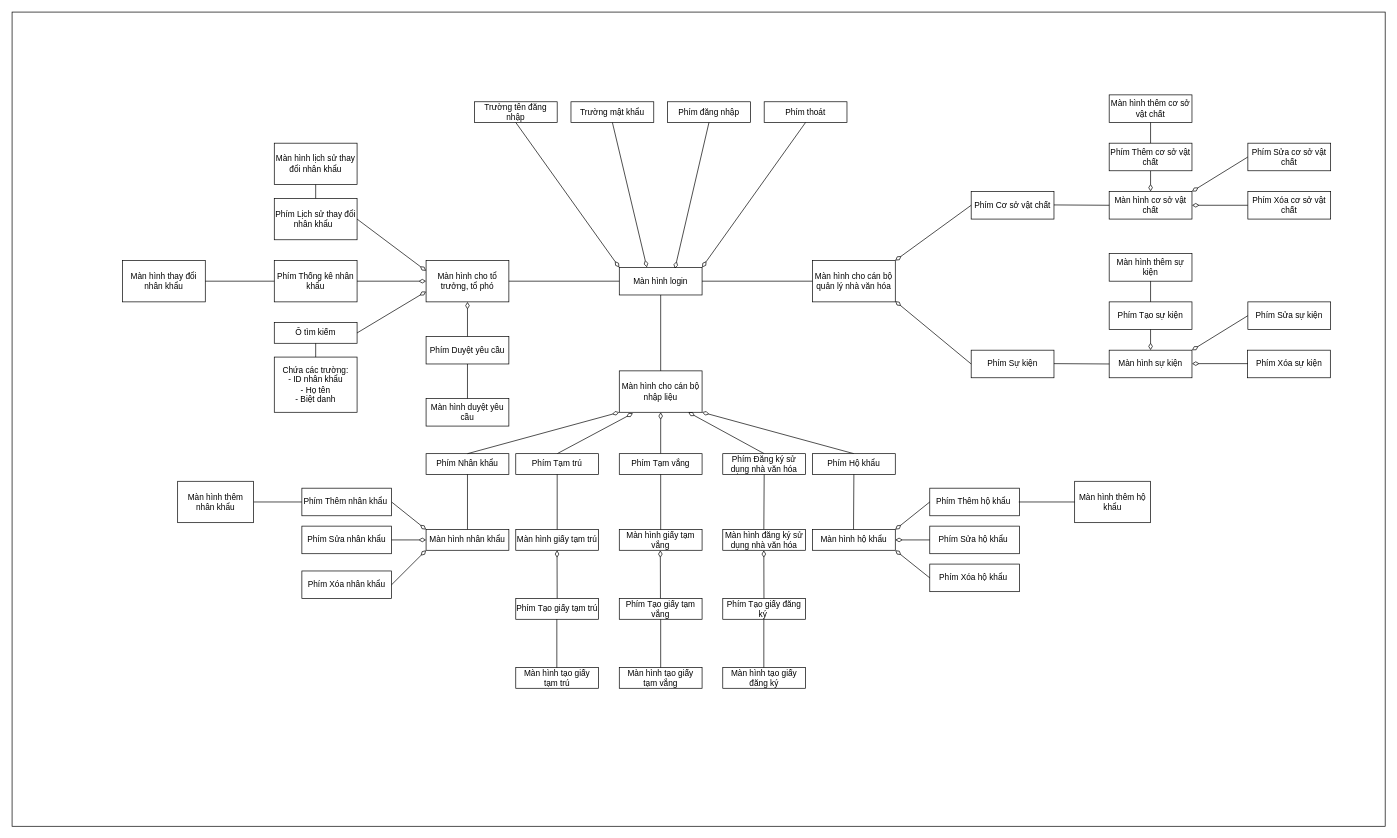
Earlier version of the draw.io diagram Biểu đồ không có tiêu đề.drawio (vuduy-2k3/UML). Source tidied: cells renumbered, new cells numbered last; positions are measured from the earlier drawing's top-left corner, leaving out a move shared by most shapes. Both pictures are drawn from the tidied source at 69%, with x=0, y=0 at pixel (12, 12).
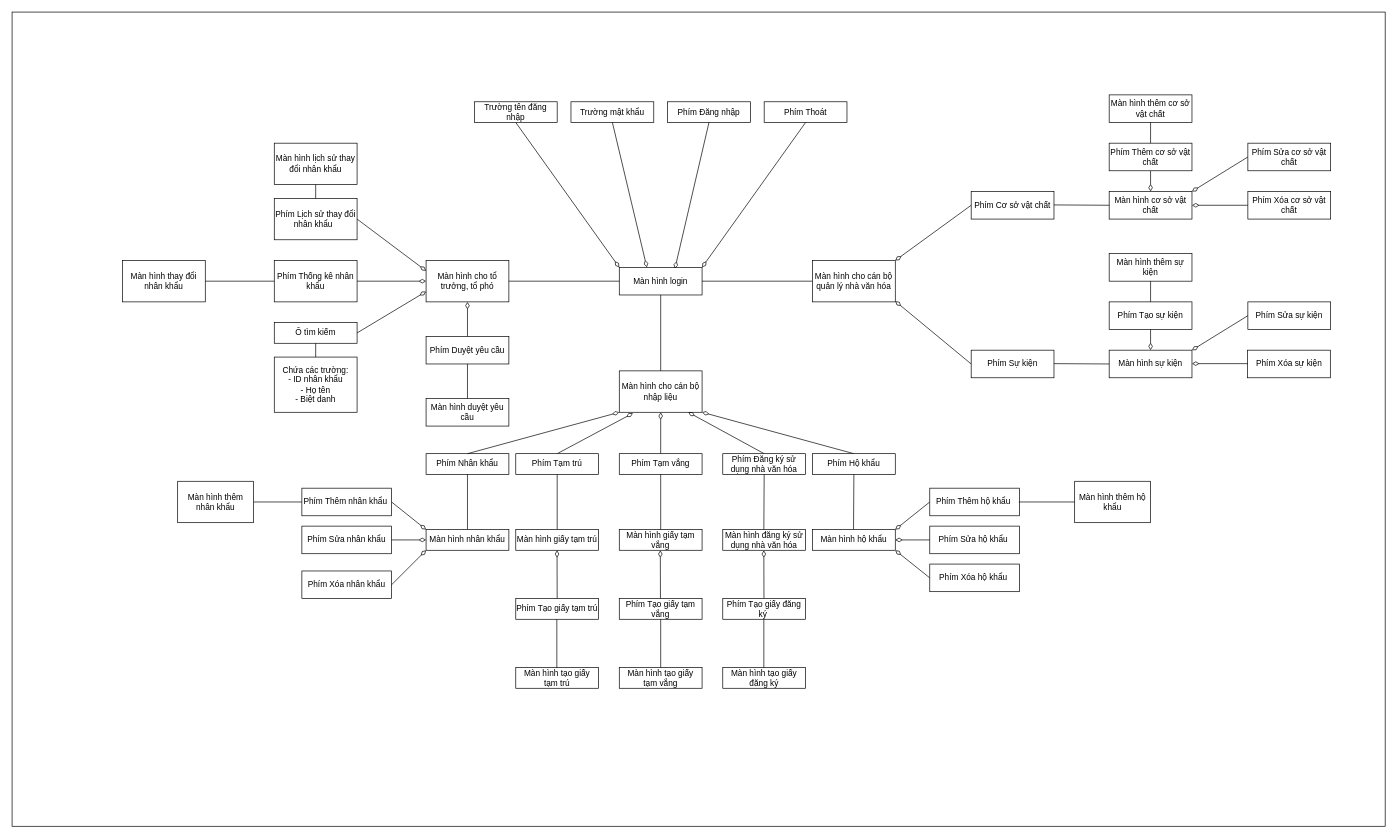
After the change.

Commit message (it also covers changes not shown here):
Cập nhật Biểu đồ không có tiêu đề.drawio

Change to the diagram source:
```diff
@@
-    <mxCell id="6" value="Phím đăng nhập" style="rounded=0;whiteSpace=wrap;html=1;" parent="1" vertex="1">
+    <mxCell id="6" value="Phím Đăng nhập" style="rounded=0;whiteSpace=wrap;html=1;" parent="1" vertex="1">
       <mxGeometry x="950" y="130" width="120" height="30" as="geometry" />
     </mxCell>
-    <mxCell id="7" value="Phím thoát" style="rounded=0;whiteSpace=wrap;html=1;" parent="1" vertex="1">
+    <mxCell id="7" value="Phím Thoát" style="rounded=0;whiteSpace=wrap;html=1;" parent="1" vertex="1">
       <mxGeometry x="1090" y="130" width="120" height="30" as="geometry" />
     </mxCell>
```
